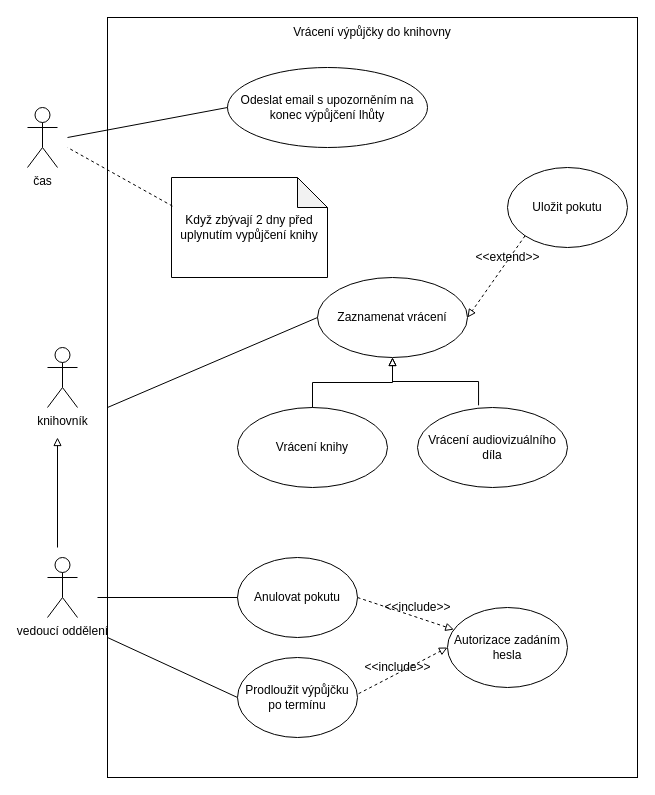
Above: Untitled Diagram.drawio in dankolar69/diagrams.net-1 (draw.io), before the change. Source tidied: cells renumbered, new cells numbered last; positions are measured from the earlier drawing's top-left corner, leaving out a move shared by most shapes. Both pictures are drawn from the tidied source at 100%, with x=0, y=0 at pixel (27, 17).
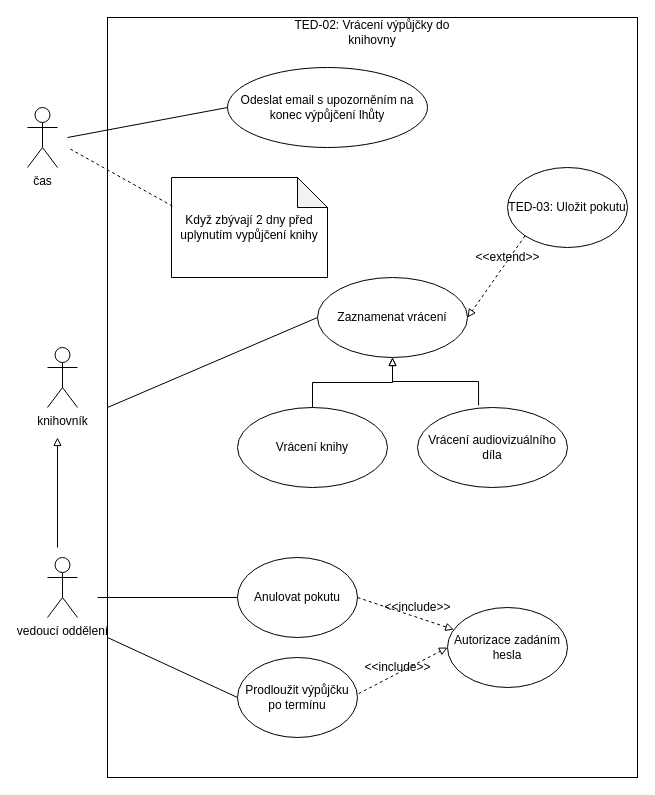
The same diagram, later.

What changed in the source:
```diff
@@
-    <mxCell id="9" value="Uložit pokutu" style="ellipse;whiteSpace=wrap;html=1;" parent="1" vertex="1">
+    <mxCell id="9" value="TED-03: Uložit pokutu" style="ellipse;whiteSpace=wrap;html=1;" parent="1" vertex="1">
       <mxGeometry x="480" y="150" width="120" height="80" as="geometry" />
     </mxCell>
@@
-    <mxCell id="29" value="Vrácení výpůjčky do knihovny" style="text;html=1;strokeColor=none;fillColor=none;align=center;verticalAlign=middle;whiteSpace=wrap;rounded=0;" parent="1" vertex="1">
+    <mxCell id="29" value="TED-02: Vrácení výpůjčky do knihovny" style="text;html=1;strokeColor=none;fillColor=none;align=center;verticalAlign=middle;whiteSpace=wrap;rounded=0;" parent="1" vertex="1">
       <mxGeometry x="255" width="180" height="30" as="geometry" />
     </mxCell>
```
